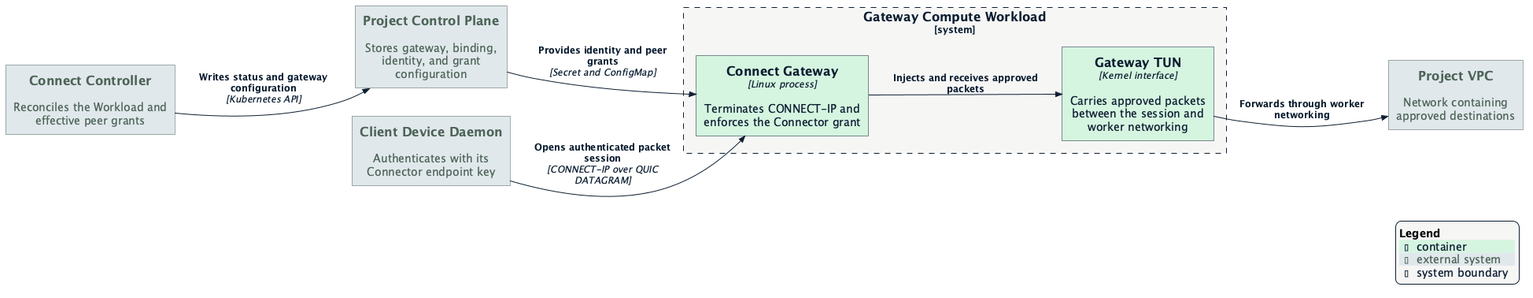
This is docs/diagrams/managed-gateway.png from datum-cloud/connect, a PlantUML export, as it was before one commit.
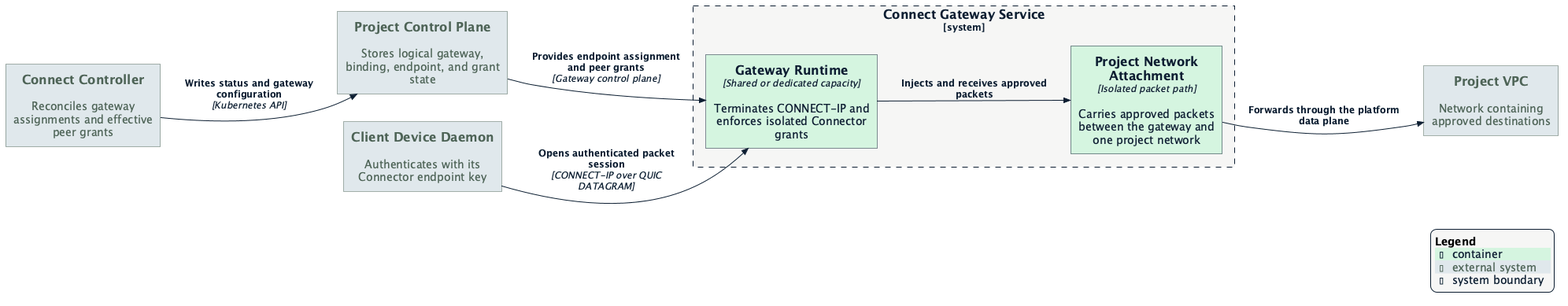
Later version of the same file.

The edit, as a diff of the source:
```diff
@@ -6,12 +6,12 @@
 LAYOUT_LEFT_RIGHT()
 
 System_Ext(client, "Client Device Daemon", "Authenticates with its Connector endpoint key")
-System_Ext(project_api, "Project Control Plane", "Stores gateway, binding, identity, and grant configuration")
-System_Ext(controller, "Connect Controller", "Reconciles the Workload and effective peer grants")
+System_Ext(project_api, "Project Control Plane", "Stores logical gateway, binding, endpoint, and grant state")
+System_Ext(controller, "Connect Controller", "Reconciles gateway assignments and effective peer grants")
 
-System_Boundary(workload, "Gateway Compute Workload") {
-    Container(gateway, "Connect Gateway", "Linux process", "Terminates CONNECT-IP and enforces the Connector grant")
-    Container(tun, "Gateway TUN", "Kernel interface", "Carries approved packets between the session and worker networking")
+System_Boundary(service, "Connect Gateway Service") {
+    Container(gateway, "Gateway Runtime", "Shared or dedicated capacity", "Terminates CONNECT-IP and enforces isolated Connector grants")
+    Container(attachment, "Project Network Attachment", "Isolated packet path", "Carries approved packets between the gateway and one project network")
 }
 
 System_Ext(vpc, "Project VPC", "Network containing approved destinations")
@@ -20,14 +20,14 @@
 Lay_D(controller, client)
 Lay_D(project_api, gateway)
 Lay_R(client, gateway)
-Lay_R(gateway, tun)
-Lay_R(tun, vpc)
+Lay_R(gateway, attachment)
+Lay_R(attachment, vpc)
 
 Rel(controller, project_api, "Writes status and gateway configuration", "Kubernetes API")
-Rel(project_api, gateway, "Provides identity and peer grants", "Secret and ConfigMap")
+Rel(project_api, gateway, "Provides endpoint assignment and peer grants", "Gateway control plane")
 Rel(client, gateway, "Opens authenticated packet session", "CONNECT-IP over QUIC DATAGRAM")
-Rel(gateway, tun, "Injects and receives approved packets")
-Rel(tun, vpc, "Forwards through worker networking")
+Rel(gateway, attachment, "Injects and receives approved packets")
+Rel(attachment, vpc, "Forwards through the platform data plane")
 
 SHOW_LEGEND()
 @enduml
```
